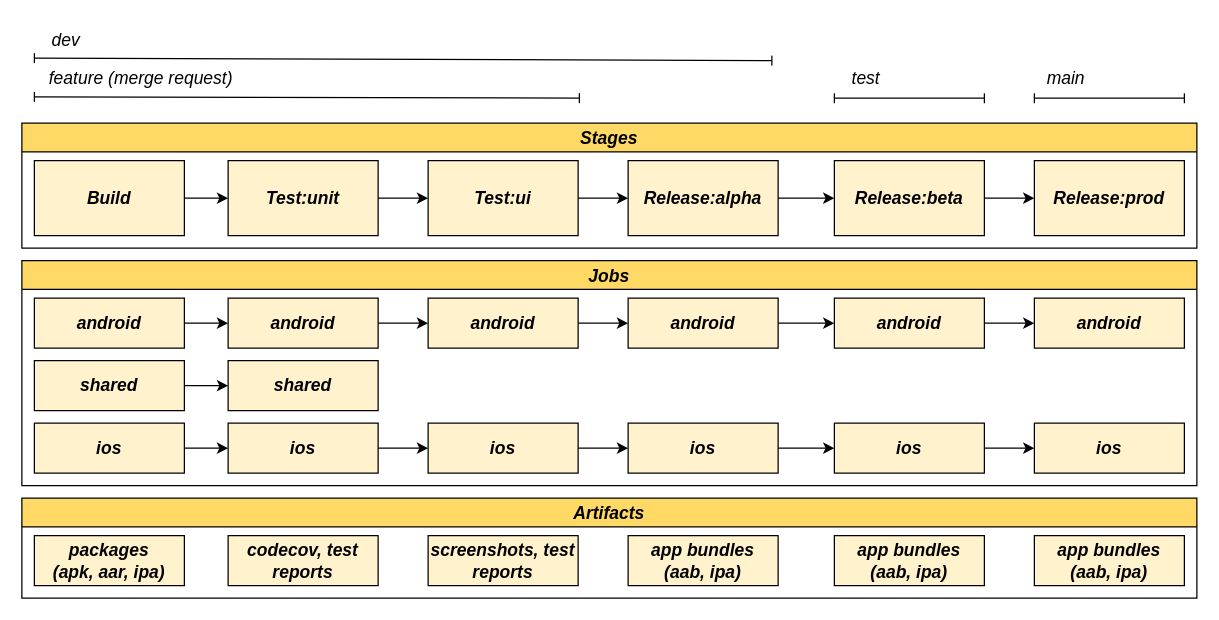
The draw.io diagram page "Page-12" (12 of 19) of tesi-2.drawio in paganellif/tesi-paganelli, before the edit. Source tidied: cells renumbered, new cells numbered last; positions are measured from the earlier drawing's top-left corner, leaving out a move shared by most shapes. Both pictures are drawn from the tidied source at 125%, with x=0, y=0 at pixel (21, 21).
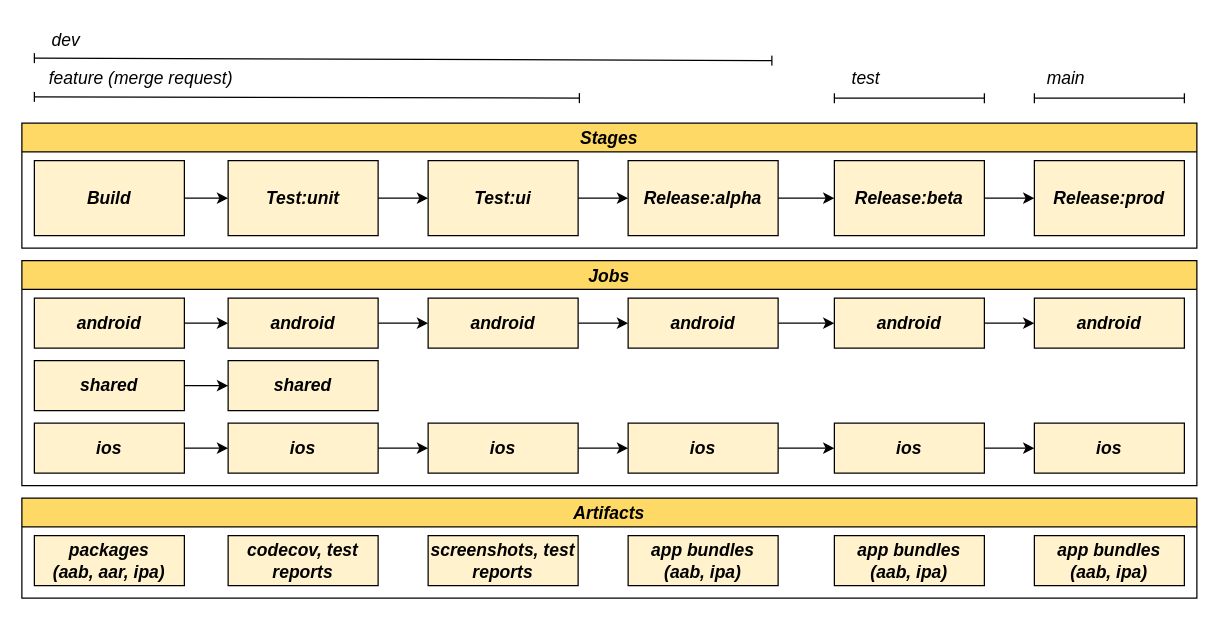
After the change.

Change to the diagram source:
```diff
@@
-    <mxCell id="40" value="&lt;b style=&quot;font-size: 14px;&quot;&gt;&lt;i style=&quot;font-size: 14px;&quot;&gt;packages &lt;br&gt;&lt;/i&gt;&lt;/b&gt;&lt;b style=&quot;font-size: 14px;&quot;&gt;&lt;i style=&quot;font-size: 14px;&quot;&gt;(apk, aar, ipa)&lt;/i&gt;&lt;/b&gt;" style="rounded=0;whiteSpace=wrap;html=1;fontSize=14;strokeColor=#000000;fillColor=#FFF2CC;" parent="1" vertex="1">
+    <mxCell id="40" value="&lt;b style=&quot;font-size: 14px;&quot;&gt;&lt;i style=&quot;font-size: 14px;&quot;&gt;packages &lt;br&gt;&lt;/i&gt;&lt;/b&gt;&lt;b style=&quot;font-size: 14px;&quot;&gt;&lt;i style=&quot;font-size: 14px;&quot;&gt;(aab, aar, ipa)&lt;/i&gt;&lt;/b&gt;" style="rounded=0;whiteSpace=wrap;html=1;fontSize=14;strokeColor=#000000;fillColor=#FFF2CC;" parent="1" vertex="1">
       <mxGeometry x="10" y="411" width="120" height="40" as="geometry" />
     </mxCell>
```
